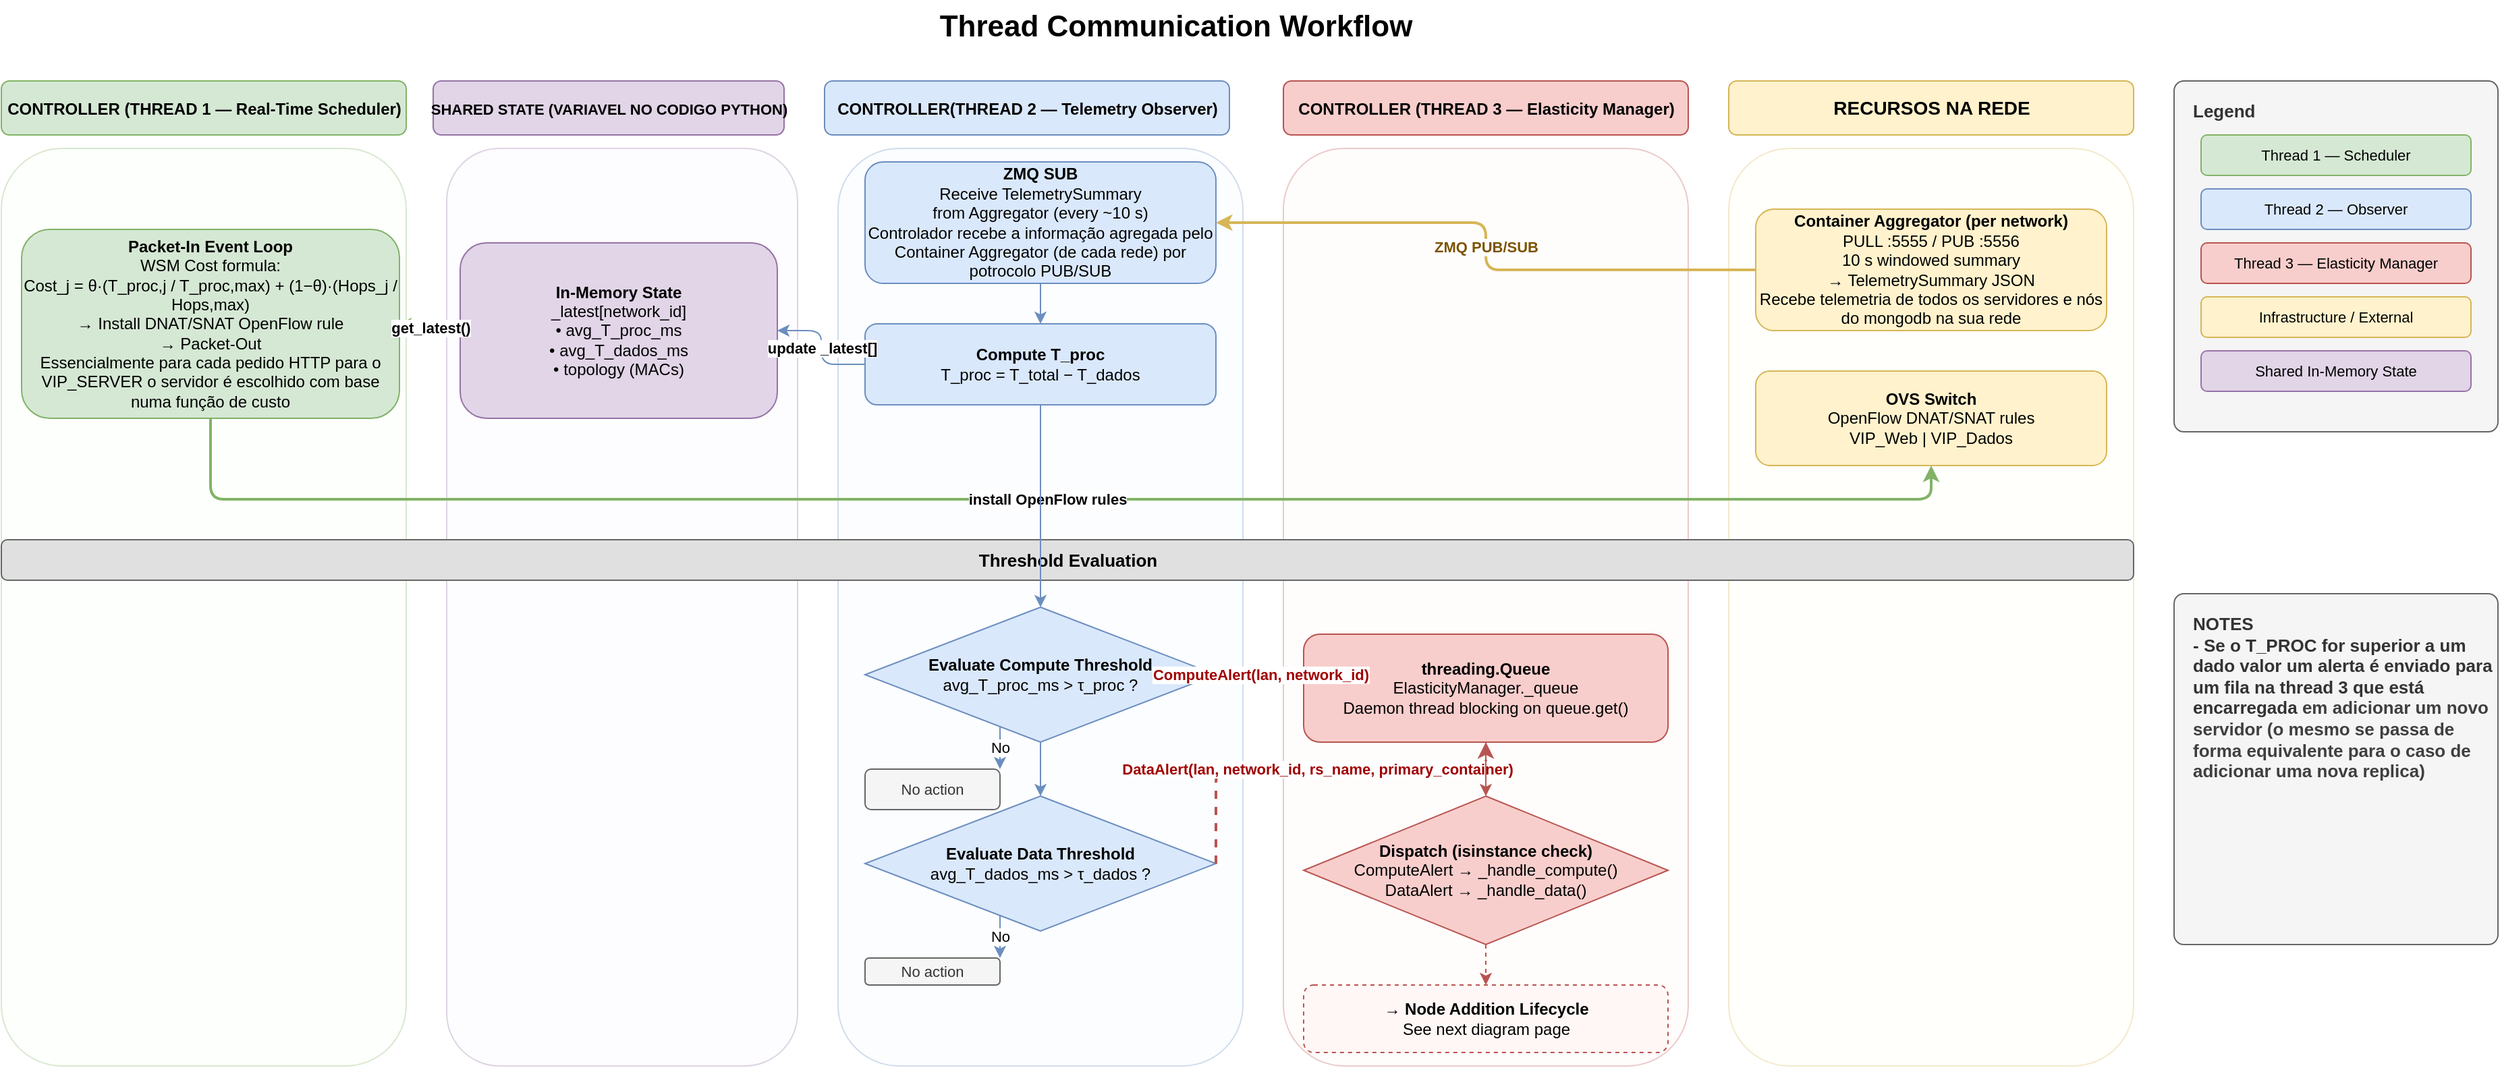
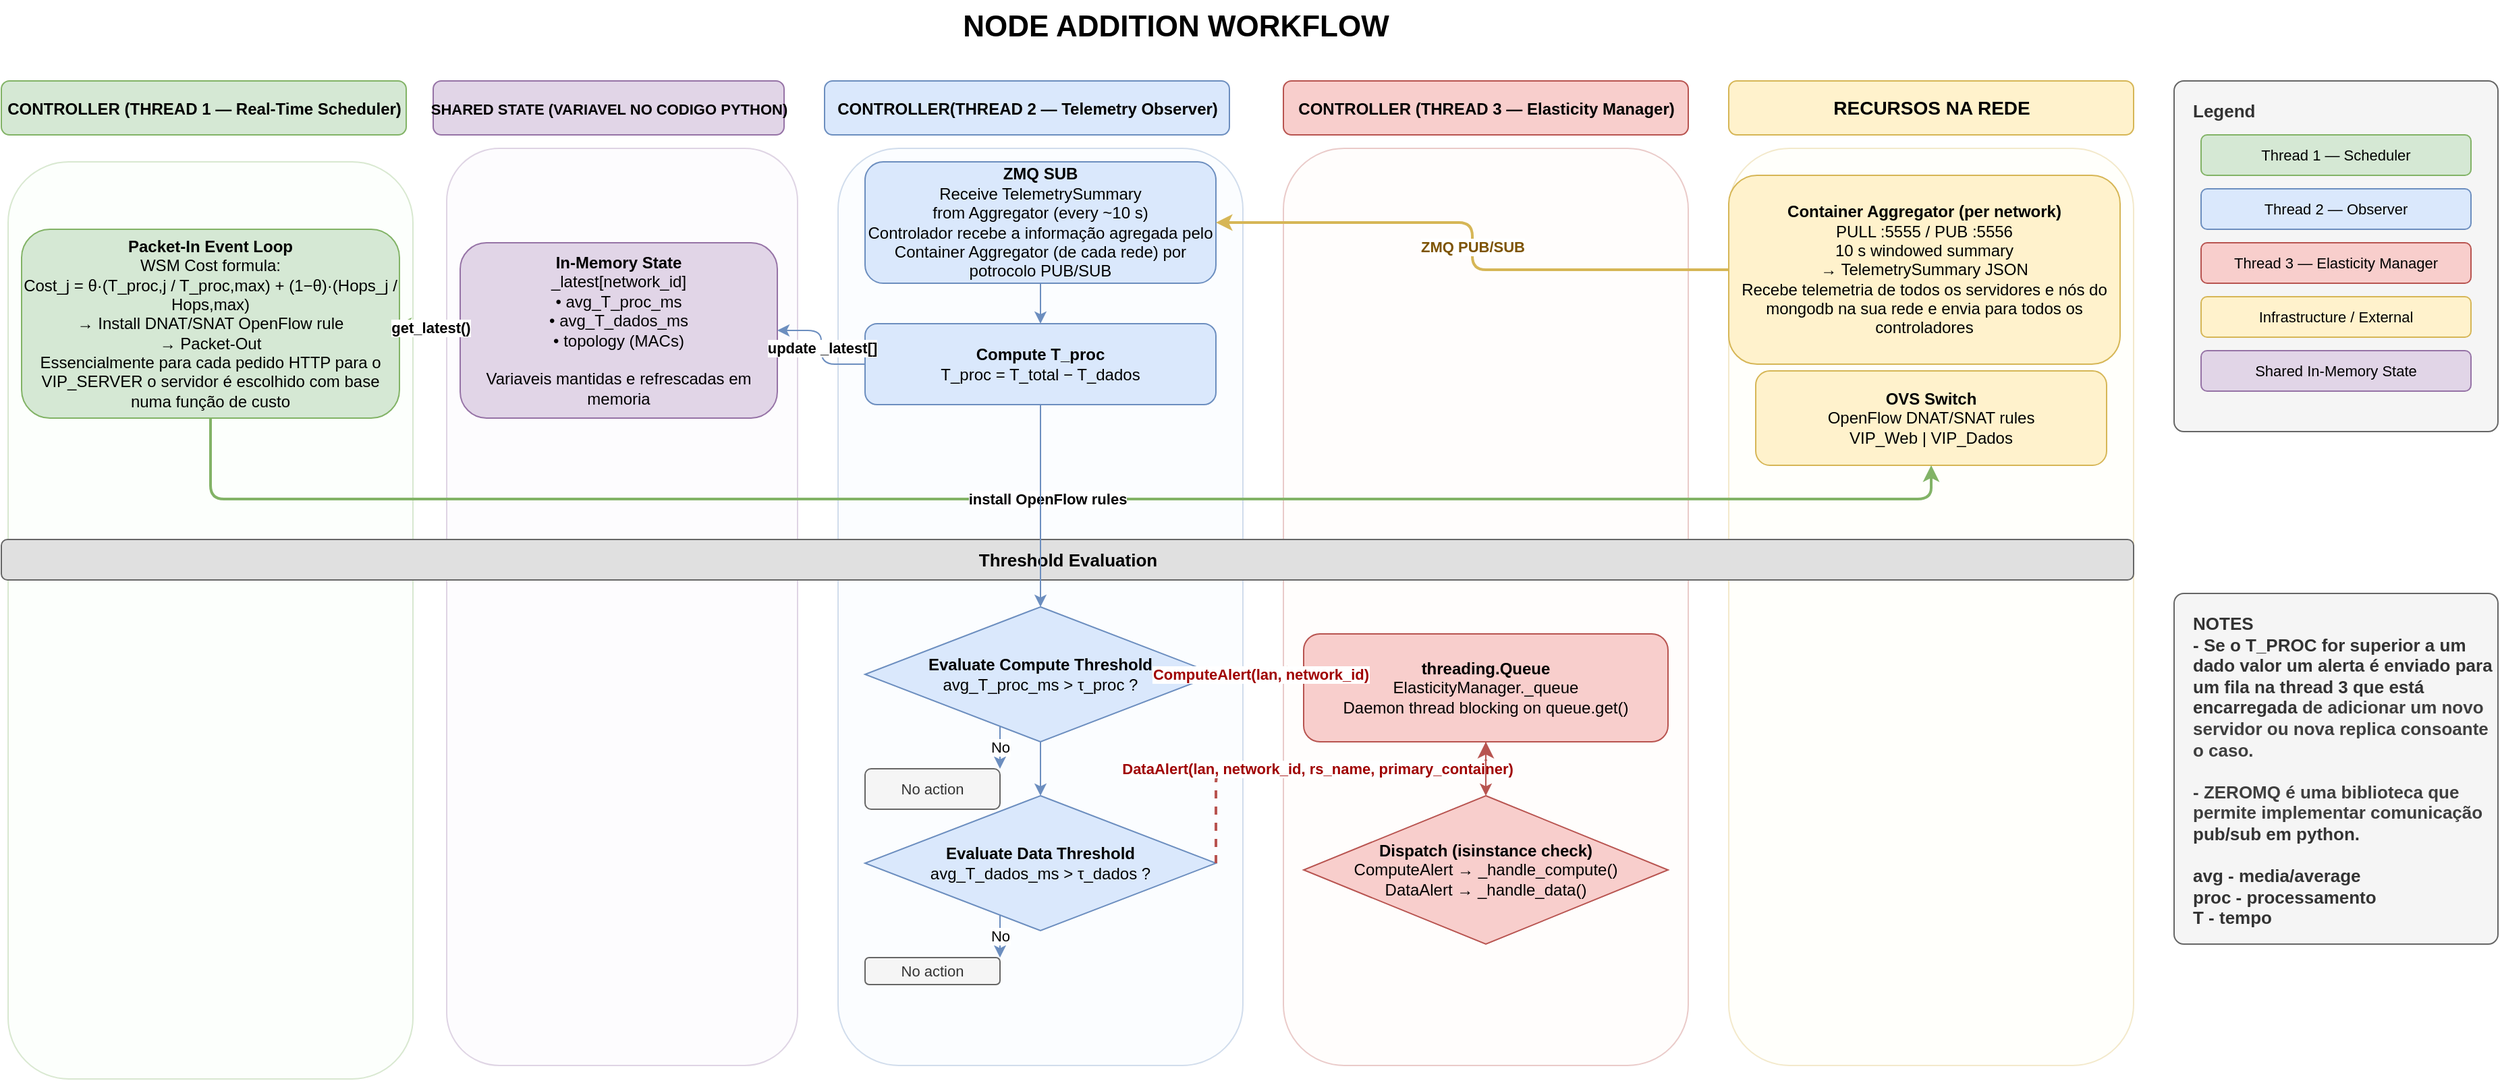
<mxfile host="65bd71144e">
    <diagram id="thread-communication" name="Thread Communication Workflow">
-         <mxGraphModel dx="1131" dy="856" grid="1" gridSize="10" guides="1" tooltips="1" connect="1" arrows="1" fold="1" page="1" pageScale="1" pageWidth="1920" pageHeight="1360" math="0" shadow="0">
+         <mxGraphModel dx="1676" dy="1165" grid="1" gridSize="10" guides="1" tooltips="1" connect="1" arrows="1" fold="1" page="1" pageScale="1" pageWidth="1920" pageHeight="1360" math="0" shadow="0">
            <root>
                <mxCell id="0"/>
                <mxCell id="1" parent="0"/>
-                 <mxCell id="title" value="Thread Communication Workflow" style="text;html=1;strokeColor=none;fillColor=none;align=center;verticalAlign=middle;fontSize=22;fontStyle=1;" parent="1" vertex="1">
+                 <mxCell id="title" value="NODE ADDITION WORKFLOW" style="text;html=1;strokeColor=none;fillColor=none;align=center;verticalAlign=middle;fontSize=22;fontStyle=1;" parent="1" vertex="1">
                    <mxGeometry x="400" y="20" width="1000" height="40" as="geometry"/>
                </mxCell>
                <mxCell id="legend_box" value="Legend" style="text;html=1;strokeColor=#666666;fillColor=#f5f5f5;fontColor=#333333;align=left;verticalAlign=top;spacingTop=8;spacingLeft=12;rounded=1;fontSize=13;fontStyle=1;arcSize=3;" parent="1" vertex="1">
                    <mxGeometry x="1640" y="80" width="240" height="260" as="geometry"/>
                </mxCell>
                <mxCell id="leg_t1" value="Thread 1 — Scheduler" style="rounded=1;whiteSpace=wrap;html=1;fillColor=#d5e8d4;strokeColor=#82b366;fontSize=11;" parent="1" vertex="1">
                    <mxGeometry x="1660" y="120" width="200" height="30" as="geometry"/>
                </mxCell>
                <mxCell id="leg_t2" value="Thread 2 — Observer" style="rounded=1;whiteSpace=wrap;html=1;fillColor=#dae8fc;strokeColor=#6c8ebf;fontSize=11;" parent="1" vertex="1">
                    <mxGeometry x="1660" y="160" width="200" height="30" as="geometry"/>
                </mxCell>
                <mxCell id="leg_t3" value="Thread 3 — Elasticity Manager" style="rounded=1;whiteSpace=wrap;html=1;fillColor=#f8cecc;strokeColor=#b85450;fontSize=11;" parent="1" vertex="1">
                    <mxGeometry x="1660" y="200" width="200" height="30" as="geometry"/>
                </mxCell>
                <mxCell id="leg_infra" value="Infrastructure / External" style="rounded=1;whiteSpace=wrap;html=1;fillColor=#fff2cc;strokeColor=#d6b656;fontSize=11;" parent="1" vertex="1">
                    <mxGeometry x="1660" y="240" width="200" height="30" as="geometry"/>
                </mxCell>
                <mxCell id="leg_state" value="Shared In-Memory State" style="rounded=1;whiteSpace=wrap;html=1;fillColor=#e1d5e7;strokeColor=#9673a6;fontSize=11;" parent="1" vertex="1">
                    <mxGeometry x="1660" y="280" width="200" height="30" as="geometry"/>
                </mxCell>
                <mxCell id="hdr_t1" value="&lt;font style=&quot;font-size: 12px;&quot;&gt;CONTROLLER (THREAD 1 — Real-Time Scheduler)&lt;/font&gt;" style="text;html=1;strokeColor=#82b366;fillColor=#d5e8d4;align=center;verticalAlign=middle;fontSize=14;fontStyle=1;rounded=1;" parent="1" vertex="1">
                    <mxGeometry x="30" y="80" width="300" height="40" as="geometry"/>
                </mxCell>
                <mxCell id="hdr_state" value="&lt;font style=&quot;font-size: 11px;&quot;&gt;SHARED STATE (VARIAVEL NO CODIGO PYTHON)&lt;/font&gt;" style="text;html=1;strokeColor=#9673a6;fillColor=#e1d5e7;align=center;verticalAlign=middle;fontSize=14;fontStyle=1;rounded=1;" parent="1" vertex="1">
                    <mxGeometry x="350" y="80" width="260" height="40" as="geometry"/>
                </mxCell>
                <mxCell id="hdr_t2" value="&lt;font style=&quot;font-size: 12px;&quot;&gt;CONTROLLER(THREAD 2 — Telemetry Observer)&lt;/font&gt;" style="text;html=1;strokeColor=#6c8ebf;fillColor=#dae8fc;align=center;verticalAlign=middle;fontSize=14;fontStyle=1;rounded=1;" parent="1" vertex="1">
                    <mxGeometry x="640" y="80" width="300" height="40" as="geometry"/>
                </mxCell>
                <mxCell id="hdr_t3" value="&lt;font style=&quot;font-size: 12px;&quot;&gt;CONTROLLER (THREAD 3 — Elasticity Manager)&lt;/font&gt;" style="text;html=1;strokeColor=#b85450;fillColor=#f8cecc;align=center;verticalAlign=middle;fontSize=14;fontStyle=1;rounded=1;" parent="1" vertex="1">
                    <mxGeometry x="980" y="80" width="300" height="40" as="geometry"/>
                </mxCell>
                <mxCell id="hdr_infra" value="RECURSOS NA REDE" style="text;html=1;strokeColor=#d6b656;fillColor=#fff2cc;align=center;verticalAlign=middle;fontSize=14;fontStyle=1;rounded=1;" parent="1" vertex="1">
                    <mxGeometry x="1310" y="80" width="300" height="40" as="geometry"/>
                </mxCell>
                <mxCell id="swim_t1" value="" style="strokeColor=#82b366;fillColor=#f6fff4;align=left;verticalAlign=top;spacingTop=0;rounded=1;fontSize=1;opacity=30;" parent="1" vertex="1">
-                     <mxGeometry x="30" y="130" width="300" height="680" as="geometry"/>
+                     <mxGeometry x="35" y="140" width="300" height="680" as="geometry"/>
                </mxCell>
                <mxCell id="swim_state" value="" style="strokeColor=#9673a6;fillColor=#f9f4fc;align=left;verticalAlign=top;rounded=1;fontSize=1;opacity=30;" parent="1" vertex="1">
                    <mxGeometry x="360" y="130" width="260" height="680" as="geometry"/>
                </mxCell>
                <mxCell id="swim_t2" value="" style="strokeColor=#6c8ebf;fillColor=#f2f7ff;align=left;verticalAlign=top;rounded=1;fontSize=1;opacity=30;" parent="1" vertex="1">
                    <mxGeometry x="650" y="130" width="300" height="680" as="geometry"/>
                </mxCell>
                <mxCell id="swim_t3" value="" style="strokeColor=#b85450;fillColor=#fff7f6;align=left;verticalAlign=top;rounded=1;fontSize=1;opacity=30;" parent="1" vertex="1">
                    <mxGeometry x="980" y="130" width="300" height="680" as="geometry"/>
                </mxCell>
                <mxCell id="swim_infra" value="" style="strokeColor=#d6b656;fillColor=#fffef2;align=left;verticalAlign=top;rounded=1;fontSize=1;opacity=30;" parent="1" vertex="1">
                    <mxGeometry x="1310" y="130" width="300" height="680" as="geometry"/>
                </mxCell>
                <mxCell id="t2_recv" value="&lt;b&gt;ZMQ SUB&lt;/b&gt;&lt;br&gt;Receive TelemetrySummary&lt;br&gt;from Aggregator (every ~10 s)&lt;div&gt;Controlador recebe a informação agregada pelo Container Aggregator (de cada rede) por potrocolo PUB/SUB&lt;/div&gt;" style="rounded=1;whiteSpace=wrap;html=1;fillColor=#dae8fc;strokeColor=#6c8ebf;fontSize=12;" parent="1" vertex="1">
                    <mxGeometry x="670" y="140" width="260" height="90" as="geometry"/>
                </mxCell>
                <mxCell id="t2_compute" value="&lt;b&gt;Compute T_proc&lt;/b&gt;&lt;br&gt;T_proc = T_total − T_dados" style="rounded=1;whiteSpace=wrap;html=1;fillColor=#dae8fc;strokeColor=#6c8ebf;fontSize=12;" parent="1" vertex="1">
                    <mxGeometry x="670" y="260" width="260" height="60" as="geometry"/>
                </mxCell>
-                 <mxCell id="state_box" value="&lt;b&gt;In-Memory State&lt;/b&gt;&lt;br&gt;_latest[network_id]&lt;br&gt;• avg_T_proc_ms&lt;br&gt;• avg_T_dados_ms&lt;br&gt;• topology (MACs)" style="rounded=1;whiteSpace=wrap;html=1;fillColor=#e1d5e7;strokeColor=#9673a6;fontSize=12;" parent="1" vertex="1">
+                 <mxCell id="state_box" value="&lt;b&gt;In-Memory State&lt;/b&gt;&lt;br&gt;_latest[network_id]&lt;br&gt;• avg_T_proc_ms&lt;br&gt;• avg_T_dados_ms&lt;br&gt;• topology (MACs)&lt;div&gt;&lt;br&gt;&lt;/div&gt;&lt;div&gt;Variaveis mantidas e refrescadas em memoria&lt;/div&gt;" style="rounded=1;whiteSpace=wrap;html=1;fillColor=#e1d5e7;strokeColor=#9673a6;fontSize=12;" parent="1" vertex="1">
                    <mxGeometry x="370" y="200" width="235" height="130" as="geometry"/>
                </mxCell>
                <mxCell id="t1_loop" value="&lt;b&gt;Packet-In Event Loop&lt;/b&gt;&lt;br&gt;WSM Cost formula:&lt;br&gt;Cost_j = θ·(T_proc,j / T_proc,max) + (1−θ)·(Hops_j / Hops,max)&lt;br&gt;→ Install DNAT/SNAT OpenFlow rule&lt;br&gt;→ Packet-Out&lt;div&gt;Essencialmente para cada pedido HTTP para o VIP_SERVER o servidor é escolhido com base numa função de custo&lt;/div&gt;" style="rounded=1;whiteSpace=wrap;html=1;fillColor=#d5e8d4;strokeColor=#82b366;fontSize=12;" parent="1" vertex="1">
                    <mxGeometry x="45" y="190" width="280" height="140" as="geometry"/>
                </mxCell>
-                 <mxCell id="infra_agg" value="&lt;b&gt;Container Aggregator (per network)&lt;/b&gt;&lt;br&gt;PULL :5555 / PUB :5556&lt;br&gt;10 s windowed summary&lt;br&gt;→ TelemetrySummary JSON&lt;div&gt;Recebe telemetria de todos os servidores e nós do mongodb na sua rede&lt;/div&gt;" style="rounded=1;whiteSpace=wrap;html=1;fillColor=#fff2cc;strokeColor=#d6b656;fontSize=12;" parent="1" vertex="1">
-                     <mxGeometry x="1330" y="175" width="260" height="90" as="geometry"/>
+                 <mxCell id="infra_agg" value="&lt;b&gt;Container Aggregator (per network)&lt;/b&gt;&lt;br&gt;PULL :5555 / PUB :5556&lt;br&gt;10 s windowed summary&lt;br&gt;→ TelemetrySummary JSON&lt;div&gt;Recebe telemetria de todos os servidores e nós do mongodb na sua rede e envia para todos os controladores&lt;/div&gt;" style="rounded=1;whiteSpace=wrap;html=1;fillColor=#fff2cc;strokeColor=#d6b656;fontSize=12;" parent="1" vertex="1">
+                     <mxGeometry x="1310" y="150" width="290" height="140" as="geometry"/>
                </mxCell>
                <mxCell id="infra_ovs" value="&lt;b&gt;OVS Switch&lt;/b&gt;&lt;br&gt;OpenFlow DNAT/SNAT rules&lt;br&gt;VIP_Web  |  VIP_Dados" style="rounded=1;whiteSpace=wrap;html=1;fillColor=#fff2cc;strokeColor=#d6b656;fontSize=12;" parent="1" vertex="1">
                    <mxGeometry x="1330" y="295" width="260" height="70" as="geometry"/>
                </mxCell>
                <mxCell id="e_agg_t2" value="ZMQ PUB/SUB" style="edgeStyle=orthogonalEdgeStyle;html=1;strokeColor=#d6b656;fontColor=#7d5300;fontSize=11;fontStyle=1;strokeWidth=2;" parent="1" source="infra_agg" target="t2_recv" edge="1">
                    <mxGeometry relative="1" as="geometry"/>
                </mxCell>
                <mxCell id="e_t2_state" value="update _latest[]" style="edgeStyle=orthogonalEdgeStyle;html=1;strokeColor=#6c8ebf;fontSize=11;fontStyle=1;" parent="1" source="t2_compute" target="state_box" edge="1">
                    <mxGeometry relative="1" as="geometry"/>
                </mxCell>
                <mxCell id="e_state_t1" value="get_latest()" style="edgeStyle=orthogonalEdgeStyle;html=1;strokeColor=#82b366;fontSize=11;fontStyle=1;" parent="1" source="state_box" target="t1_loop" edge="1">
                    <mxGeometry relative="1" as="geometry"/>
                </mxCell>
                <mxCell id="e_t1_ovs" value="install OpenFlow rules" style="edgeStyle=orthogonalEdgeStyle;html=1;strokeColor=#82b366;strokeWidth=2;fontSize=11;fontStyle=1;" parent="1" source="t1_loop" target="infra_ovs" edge="1">
                    <mxGeometry relative="1" as="geometry">
                        <Array as="points">
                            <mxPoint x="185" y="390"/>
                            <mxPoint x="1460" y="390"/>
                        </Array>
                    </mxGeometry>
                </mxCell>
                <mxCell id="e_t2_recv_compute" value="" style="edgeStyle=orthogonalEdgeStyle;html=1;strokeColor=#6c8ebf;fontSize=11;" parent="1" source="t2_recv" target="t2_compute" edge="1">
                    <mxGeometry relative="1" as="geometry"/>
                </mxCell>
                <mxCell id="div1" value="Threshold Evaluation" style="text;html=1;strokeColor=#666;fillColor=#e0e0e0;align=center;verticalAlign=middle;fontSize=13;fontStyle=1;rounded=1;" parent="1" vertex="1">
                    <mxGeometry x="30" y="420" width="1580" height="30" as="geometry"/>
                </mxCell>
                <mxCell id="t2_thr_proc" value="&lt;b&gt;Evaluate Compute Threshold&lt;/b&gt;&lt;br&gt;avg_T_proc_ms &gt; τ_proc ?" style="rhombus;whiteSpace=wrap;html=1;fillColor=#dae8fc;strokeColor=#6c8ebf;fontSize=12;" parent="1" vertex="1">
                    <mxGeometry x="670" y="470" width="260" height="100" as="geometry"/>
                </mxCell>
                <mxCell id="t2_thr_dados" value="&lt;b&gt;Evaluate Data Threshold&lt;/b&gt;&lt;br&gt;avg_T_dados_ms &gt; τ_dados ?" style="rhombus;whiteSpace=wrap;html=1;fillColor=#dae8fc;strokeColor=#6c8ebf;fontSize=12;" parent="1" vertex="1">
                    <mxGeometry x="670" y="610" width="260" height="100" as="geometry"/>
                </mxCell>
                <mxCell id="t2_no_proc" value="No action" style="rounded=1;whiteSpace=wrap;html=1;fillColor=#f5f5f5;strokeColor=#666;fontColor=#333;fontSize=11;" parent="1" vertex="1">
                    <mxGeometry x="670" y="590" width="100" height="30" as="geometry"/>
                </mxCell>
                <mxCell id="t2_no_dados" value="No action" style="rounded=1;whiteSpace=wrap;html=1;fillColor=#f5f5f5;strokeColor=#666;fontColor=#333;fontSize=11;" parent="1" vertex="1">
                    <mxGeometry x="670" y="730" width="100" height="20" as="geometry"/>
                </mxCell>
                <mxCell id="e_t2comp_thr" value="" style="edgeStyle=orthogonalEdgeStyle;html=1;strokeColor=#6c8ebf;fontSize=11;" parent="1" source="t2_compute" target="t2_thr_proc" edge="1">
                    <mxGeometry relative="1" as="geometry"/>
                </mxCell>
                <mxCell id="e_thr_proc_no" value="No" style="edgeStyle=orthogonalEdgeStyle;html=1;strokeColor=#6c8ebf;fontSize=11;" parent="1" source="t2_thr_proc" target="t2_no_proc" edge="1">
                    <mxGeometry relative="1" as="geometry">
                        <Array as="points">
                            <mxPoint x="800" y="570"/>
                            <mxPoint x="720" y="570"/>
                        </Array>
                    </mxGeometry>
                </mxCell>
                <mxCell id="e_thr_proc_dados" value="" style="edgeStyle=orthogonalEdgeStyle;html=1;strokeColor=#6c8ebf;fontSize=11;" parent="1" source="t2_thr_proc" target="t2_thr_dados" edge="1">
                    <mxGeometry relative="1" as="geometry">
                        <Array as="points">
                            <mxPoint x="800" y="570"/>
                            <mxPoint x="800" y="610"/>
                        </Array>
                    </mxGeometry>
                </mxCell>
                <mxCell id="e_thr_dados_no" value="No" style="edgeStyle=orthogonalEdgeStyle;html=1;strokeColor=#6c8ebf;fontSize=11;" parent="1" source="t2_thr_dados" target="t2_no_dados" edge="1">
                    <mxGeometry relative="1" as="geometry">
                        <Array as="points">
                            <mxPoint x="800" y="710"/>
                            <mxPoint x="720" y="710"/>
                        </Array>
                    </mxGeometry>
                </mxCell>
                <mxCell id="t3_queue" value="&lt;b&gt;threading.Queue&lt;/b&gt;&lt;br&gt;ElasticityManager._queue&lt;br&gt;Daemon thread blocking on queue.get()" style="rounded=1;whiteSpace=wrap;html=1;fillColor=#f8cecc;strokeColor=#b85450;fontSize=12;" parent="1" vertex="1">
                    <mxGeometry x="995" y="490" width="270" height="80" as="geometry"/>
                </mxCell>
                <mxCell id="e_t2_compute_alert" value="ComputeAlert(lan, network_id)" style="edgeStyle=orthogonalEdgeStyle;html=1;strokeColor=#b85450;fontColor=#a00000;fontSize=11;fontStyle=1;strokeWidth=2;" parent="1" source="t2_thr_proc" target="t3_queue" edge="1">
                    <mxGeometry relative="1" as="geometry">
                        <Array as="points">
                            <mxPoint x="930" y="520"/>
                            <mxPoint x="930" y="530"/>
                        </Array>
                    </mxGeometry>
                </mxCell>
                <mxCell id="e_t2_data_alert" value="DataAlert(lan, network_id, rs_name, primary_container)" style="edgeStyle=orthogonalEdgeStyle;html=1;strokeColor=#b85450;fontColor=#a00000;fontSize=11;fontStyle=1;strokeWidth=2;dashed=1;" parent="1" source="t2_thr_dados" target="t3_queue" edge="1">
                    <mxGeometry relative="1" as="geometry">
                        <Array as="points">
                            <mxPoint x="930" y="660"/>
                            <mxPoint x="930" y="590"/>
                            <mxPoint x="1130" y="590"/>
                        </Array>
                    </mxGeometry>
                </mxCell>
                <mxCell id="t3_dispatch" value="&lt;b&gt;Dispatch (isinstance check)&lt;/b&gt;&lt;br&gt;ComputeAlert → _handle_compute()&lt;br&gt;DataAlert → _handle_data()" style="rhombus;whiteSpace=wrap;html=1;fillColor=#f8cecc;strokeColor=#b85450;fontSize=12;" parent="1" vertex="1">
                    <mxGeometry x="995" y="610" width="270" height="110" as="geometry"/>
                </mxCell>
                <mxCell id="e_queue_dispatch" value="" style="edgeStyle=orthogonalEdgeStyle;html=1;strokeColor=#b85450;fontSize=11;" parent="1" source="t3_queue" target="t3_dispatch" edge="1">
                    <mxGeometry relative="1" as="geometry"/>
                </mxCell>
-                 <mxCell id="ref_lifecycle" value="→ &lt;b&gt;Node Addition Lifecycle&lt;/b&gt;&lt;br&gt;See next diagram page" style="text;html=1;strokeColor=#b85450;fillColor=#fff7f6;align=center;verticalAlign=middle;fontSize=12;rounded=1;dashed=1;" parent="1" vertex="1">
-                     <mxGeometry x="995" y="750" width="270" height="50" as="geometry"/>
-                 </mxCell>
-                 <mxCell id="e_dispatch_ref" value="" style="edgeStyle=orthogonalEdgeStyle;html=1;strokeColor=#b85450;fontSize=11;dashed=1;" parent="1" source="t3_dispatch" target="ref_lifecycle" edge="1">
-                     <mxGeometry relative="1" as="geometry"/>
-                 </mxCell>
-                 <mxCell id="2" value="NOTES&lt;div&gt;- Se o T_PROC for superior a um&amp;nbsp;&lt;/div&gt;&lt;div&gt;dado valor um alerta é enviado para&amp;nbsp;&lt;/div&gt;&lt;div&gt;um fila na thread 3 que está&amp;nbsp;&lt;/div&gt;&lt;div&gt;encarregada&amp;nbsp;&lt;span style=&quot;color: rgb(63, 63, 63); background-color: transparent;&quot;&gt;em adicionar um novo&lt;/span&gt;&lt;/div&gt;&lt;div&gt;&lt;span style=&quot;color: rgb(63, 63, 63); background-color: transparent;&quot;&gt;servidor (o mesmo se passa de&lt;/span&gt;&lt;/div&gt;&lt;div&gt;&lt;span style=&quot;color: rgb(63, 63, 63); background-color: transparent;&quot;&gt;forma equivalente para o caso de&amp;nbsp;&lt;/span&gt;&lt;/div&gt;&lt;div&gt;&lt;span style=&quot;color: rgb(63, 63, 63); background-color: transparent;&quot;&gt;adicionar uma nova replica)&lt;/span&gt;&lt;/div&gt;" style="text;html=1;strokeColor=#666666;fillColor=#f5f5f5;fontColor=#333333;align=left;verticalAlign=top;spacingTop=8;spacingLeft=12;rounded=1;fontSize=13;fontStyle=1;arcSize=3;" parent="1" vertex="1">
+                 <mxCell id="2" value="NOTES&lt;div&gt;- Se o T_PROC for superior a um&amp;nbsp;&lt;/div&gt;&lt;div&gt;dado valor um alerta é enviado para&amp;nbsp;&lt;/div&gt;&lt;div&gt;um fila na thread 3 que está&amp;nbsp;&lt;/div&gt;&lt;div&gt;encarregada&amp;nbsp;&lt;span style=&quot;color: rgb(63, 63, 63); background-color: transparent;&quot;&gt;de adicionar um novo&lt;/span&gt;&lt;/div&gt;&lt;div&gt;&lt;span style=&quot;color: rgb(63, 63, 63); background-color: transparent;&quot;&gt;servidor ou nova replica consoante&lt;/span&gt;&lt;/div&gt;&lt;div&gt;&lt;span style=&quot;color: rgb(63, 63, 63); background-color: transparent;&quot;&gt;o caso.&lt;br&gt;&lt;/span&gt;&lt;/div&gt;&lt;div&gt;&lt;span style=&quot;color: rgb(63, 63, 63); background-color: transparent;&quot;&gt;&lt;br&gt;&lt;/span&gt;&lt;/div&gt;&lt;div&gt;&lt;span style=&quot;color: rgb(63, 63, 63); background-color: transparent;&quot;&gt;- ZEROMQ é uma biblioteca que&amp;nbsp;&lt;/span&gt;&lt;/div&gt;&lt;div&gt;&lt;span style=&quot;color: rgb(63, 63, 63); background-color: transparent;&quot;&gt;permite&amp;nbsp;&lt;/span&gt;&lt;span style=&quot;background-color: transparent; color: rgb(63, 63, 63);&quot;&gt;implementar&amp;nbsp;&lt;/span&gt;&lt;span style=&quot;color: rgb(63, 63, 63); background-color: transparent;&quot;&gt;comunicação&amp;nbsp;&lt;/span&gt;&lt;/div&gt;&lt;div&gt;&lt;span style=&quot;background-color: transparent;&quot;&gt;pub/sub em python.&lt;/span&gt;&lt;/div&gt;&lt;div&gt;&lt;span style=&quot;color: rgb(63, 63, 63); background-color: transparent;&quot;&gt;&lt;br&gt;&lt;/span&gt;&lt;/div&gt;&lt;div&gt;avg - media/average&lt;/div&gt;&lt;div&gt;proc - processamento&lt;/div&gt;&lt;div&gt;T - tempo&lt;/div&gt;&lt;div&gt;&lt;br&gt;&lt;/div&gt;&lt;div&gt;&lt;br&gt;&lt;/div&gt;" style="text;html=1;strokeColor=#666666;fillColor=#f5f5f5;fontColor=#333333;align=left;verticalAlign=top;spacingTop=8;spacingLeft=12;rounded=1;fontSize=13;fontStyle=1;arcSize=3;" parent="1" vertex="1">
                    <mxGeometry x="1640" y="460" width="240" height="260" as="geometry"/>
                </mxCell>
            </root>
        </mxGraphModel>
    </diagram>
- </mxfile>
+ </mxfile>